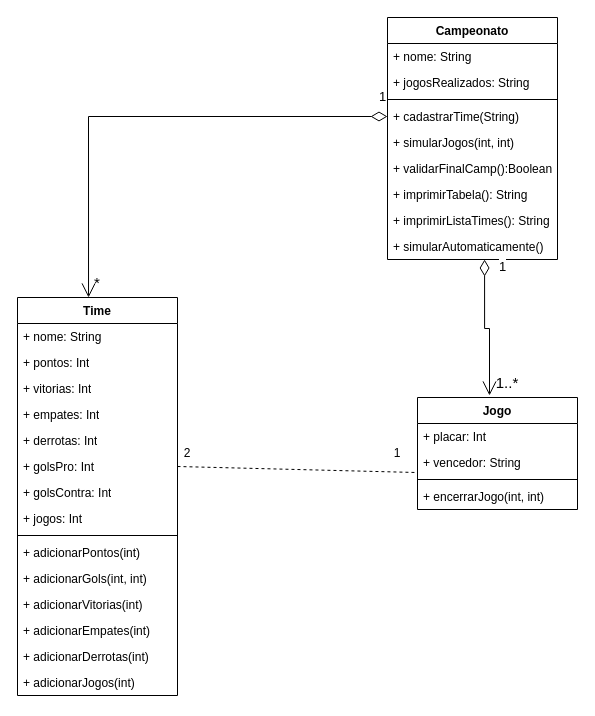
The draw.io diagram DiagramaDeClasseCampeonato.drawio in saviofreitass/SimuladorDeCampeonato, before the edit. Source tidied: cells renumbered, new cells numbered last; positions are measured from the earlier drawing's top-left corner, leaving out a move shared by most shapes. Both pictures are drawn from the tidied source at 100%, with x=0, y=0 at pixel (17, 17).
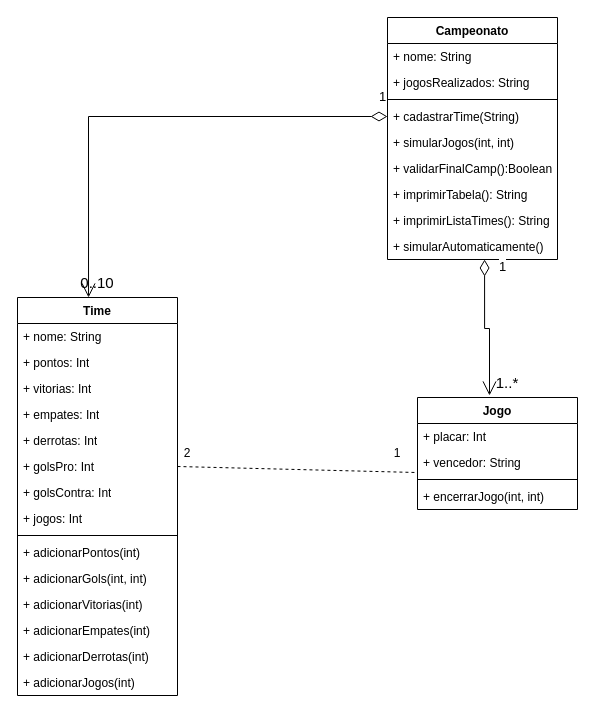
The same diagram, later.

Change to the diagram source:
```diff
@@
-    <mxCell id="36" value="&lt;font style=&quot;font-size: 15px;&quot;&gt;*&lt;/font&gt;" style="text;html=1;align=center;verticalAlign=middle;whiteSpace=wrap;rounded=0;" parent="1" vertex="1">
+    <mxCell id="36" value="&lt;font style=&quot;font-size: 15px;&quot;&gt;0..10&lt;/font&gt;" style="text;html=1;align=center;verticalAlign=middle;whiteSpace=wrap;rounded=0;" parent="1" vertex="1">
       <mxGeometry x="50" y="250" width="60" height="30" as="geometry" />
     </mxCell>
```
